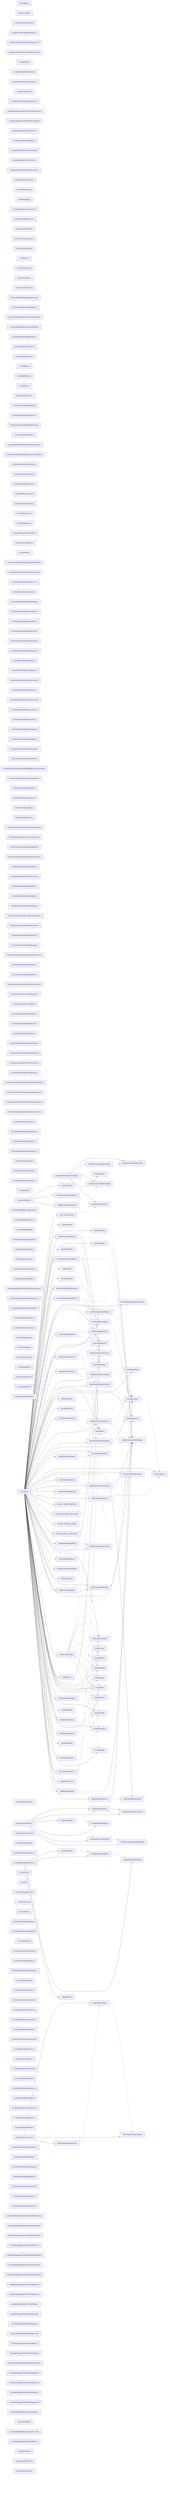
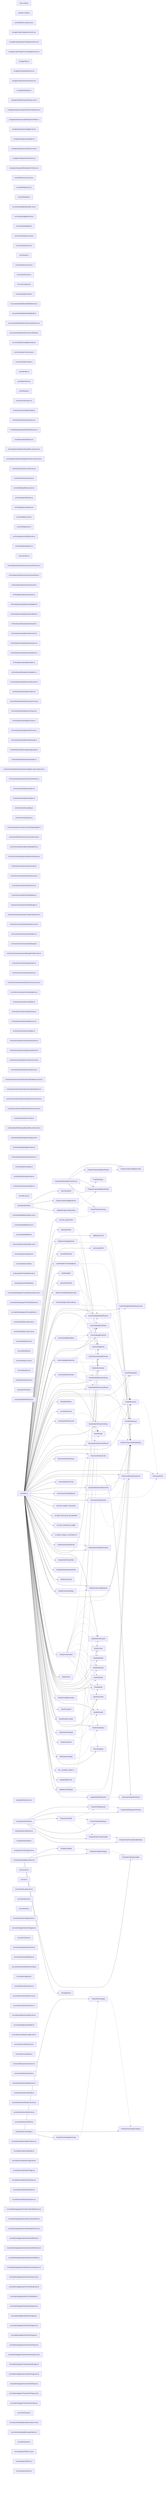
graph LR
  module_knip_config_ts["knip.config.ts"]
  module_paradox_config_ts["paradox.config.ts"]
  module_src_ankhAdmin_public_test_ts["src/ankhAdmin.public.test.ts"]
  module_src_app_CreateCategoriesScreen_tsx["src/app/CreateCategoriesScreen.tsx"]
  module_src_app_CreateCategoryTemplatesScreen_tsx["src/app/CreateCategoryTemplatesScreen.tsx"]
  module_src_app_CreateProjectFromTemplateScreen_tsx["src/app/CreateProjectFromTemplateScreen.tsx"]
  module_src_app_index_ts["src/app/index.ts"]
  module_src_app_ProjectDetailScreen_tsx["src/app/ProjectDetailScreen.tsx"]
  module_src_app_ProjectsOverviewScreen_tsx["src/app/ProjectsOverviewScreen.tsx"]
  module_src_app_StudioApp_tsx["src/app/StudioApp.tsx"]
  module_src_app_studioWorkspaceRoutes_test_ts["src/app/studioWorkspaceRoutes.test.ts"]
  module_src_app_workspace_createProjectFormState_test_ts["src/app/workspace/createProjectFormState.test.ts"]
  module_src_app_workspace_createProjectFormState_ts["src/app/workspace/createProjectFormState.ts"]
  module_src_app_workspace_navigation_test_ts["src/app/workspace/navigation.test.ts"]
  module_src_app_workspace_navigation_ts["src/app/workspace/navigation.ts"]
  module_src_app_workspace_routeParams_test_ts["src/app/workspace/routeParams.test.ts"]
  module_src_app_workspace_routeParams_ts["src/app/workspace/routeParams.ts"]
-   module_src_app_workspace_WorkspaceScreens_tsx["src/app/workspace/WorkspaceScreens.tsx"]
+   module_src_app_workspace_WorkspacePrimitives_tsx["src/app/workspace/WorkspacePrimitives.tsx"]
  module_src_authFlowContract_test_ts["src/authFlowContract.test.ts"]
  module_src_authSettings_test_ts["src/authSettings.test.ts"]
  module_src_authSettings_ts["src/authSettings.ts"]
  module_src_canvasDragModel_public_test_ts["src/canvasDragModel.public.test.ts"]
  module_src_canvasDragModel_test_ts["src/canvasDragModel.test.ts"]
  module_src_canvasDragModel_ts["src/canvasDragModel.ts"]
  module_src_canvasDropZones_test_ts["src/canvasDropZones.test.ts"]
  module_src_canvasDropZones_ts["src/canvasDropZones.ts"]
  module_src_cli_index_ts["src/cli/index.ts"]
+   module_src_contractGuards_test_ts["src/contractGuards.test.ts"]
  module_src_contractGuards_ts["src/contractGuards.ts"]
  module_src_core_constants_ts["src/core/constants.ts"]
  module_src_core_StudioContext_ts["src/core/StudioContext.ts"]
  module_src_core_studioManifestDraftModel_test_ts["src/core/studioManifestDraftModel.test.ts"]
  module_src_core_studioManifestDraftModel_ts["src/core/studioManifestDraftModel.ts"]
  module_src_core_studioManifestPersistenceModel_test_ts["src/core/studioManifestPersistenceModel.test.ts"]
  module_src_core_studioManifestPersistenceModel_ts["src/core/studioManifestPersistenceModel.ts"]
  module_src_core_studioPackageBoundary_ts["src/core/studioPackageBoundary.ts"]
  module_src_core_StudioProvider_test_ts["src/core/StudioProvider.test.ts"]
  module_src_core_StudioProvider_ts["src/core/StudioProvider.ts"]
  module_src_dnd_index_ts["src/dnd/index.ts"]
  module_src_dnd_primitives_ts["src/dnd/primitives.ts"]
  module_src_dnd_state_ts["src/dnd/state.ts"]
  module_src_hooks_useProjects_ts["src/hooks/useProjects.ts"]
  module_src_hooks_useTemplateCatalog_ts["src/hooks/useTemplateCatalog.ts"]
  module_src_hooks_useWorkspaceActions_ts["src/hooks/useWorkspaceActions.ts"]
  module_src_host_auth_projectAuthHealthService_ts["src/host/auth/projectAuthHealthService.ts"]
  module_src_host_createStudioHost_ts["src/host/createStudioHost.ts"]
  module_src_host_generatedAdminExpoWeb_smoke_test_ts["src/host/generatedAdminExpoWeb.smoke.test.ts"]
  module_src_host_generatedAuthAdapterRuntime_smoke_test_ts["src/host/generatedAuthAdapterRuntime.smoke.test.ts"]
  module_src_host_hostLifecycle_smoke_test_ts["src/host/hostLifecycle.smoke.test.ts"]
  module_src_host_hostOwnership_test_ts["src/host/hostOwnership.test.ts"]
  module_src_host_http_authRoutes_test_ts["src/host/http/authRoutes.test.ts"]
  module_src_host_http_authRoutes_ts["src/host/http/authRoutes.ts"]
  module_src_host_http_secretRoutes_ts["src/host/http/secretRoutes.ts"]
  module_src_host_http_security_ts["src/host/http/security.ts"]
  module_src_host_http_server_ts["src/host/http/server.ts"]
  module_src_host_http_serverWithSecrets_ts["src/host/http/serverWithSecrets.ts"]
  module_src_host_http_standalone_ts["src/host/http/standalone.ts"]
  module_src_host_index_ts["src/host/index.ts"]
  module_src_host_layout_auth_resolveAuthLayoutPlan_test_ts["src/host/layout/auth/resolveAuthLayoutPlan.test.ts"]
  module_src_host_layout_auth_resolveAuthLayoutPlan_ts["src/host/layout/auth/resolveAuthLayoutPlan.ts"]
  module_src_host_layout_layoutGenerator_test_ts["src/host/layout/layoutGenerator.test.ts"]
  module_src_host_layout_layoutGenerator_ts["src/host/layout/layoutGenerator.ts"]
  module_src_host_layout_templates_auth_adapter_ts["src/host/layout/templates/auth/adapter.ts"]
  module_src_host_layout_templates_auth_callback_ts["src/host/layout/templates/auth/callback.ts"]
  module_src_host_layout_templates_auth_oauth_ts["src/host/layout/templates/auth/oauth.ts"]
  module_src_host_layout_templates_auth_screen_ts["src/host/layout/templates/auth/screen.ts"]
  module_src_host_layout_templates_auth_session_ts["src/host/layout/templates/auth/session.ts"]
  module_src_host_layout_templates_auth_signOut_ts["src/host/layout/templates/auth/signOut.ts"]
  module_src_host_layout_templates_index_ts["src/host/layout/templates/index.ts"]
  module_src_host_layout_templates_navigation_ts["src/host/layout/templates/navigation.ts"]
  module_src_host_layout_templates_nestedLayout_ts["src/host/layout/templates/nestedLayout.ts"]
  module_src_host_layout_templates_redirect_ts["src/host/layout/templates/redirect.ts"]
  module_src_host_layout_templates_rootLayout_test_ts["src/host/layout/templates/rootLayout.test.ts"]
  module_src_host_layout_templates_rootLayout_ts["src/host/layout/templates/rootLayout.ts"]
  module_src_host_layout_templates_screen_ts["src/host/layout/templates/screen.ts"]
  module_src_host_layout_templates_utils_routes_ts["src/host/layout/templates/utils/routes.ts"]
  module_src_host_layout_templates_utils_strings_ts["src/host/layout/templates/utils/strings.ts"]
  module_src_host_layout_utils_escapeStringLiteral_ts["src/host/layout/utils/escapeStringLiteral.ts"]
  module_src_host_manifestSystem_auth_index_ts["src/host/manifestSystem/auth/index.ts"]
  module_src_host_manifestSystem_auth_shared_global_auth_system_tpl_ts["src/host/manifestSystem/auth/shared/global.auth.system.tpl.ts"]
  module_src_host_manifestSystem_auth_shared_index_ts["src/host/manifestSystem/auth/shared/index.ts"]
  module_src_host_manifestSystem_index_ts["src/host/manifestSystem/index.ts"]
  module_src_host_manifestSystem_types_ts["src/host/manifestSystem/types.ts"]
  module_src_host_modules_catalog_ts["src/host/modules/catalog.ts"]
  module_src_host_modules_layout_ts["src/host/modules/layout.ts"]
  module_src_host_modules_runtime_LocalFsTargetAdapter_ts["src/host/modules/runtime/LocalFsTargetAdapter.ts"]
  module_src_host_oauthFixtureConsumer_smoke_test_ts["src/host/oauthFixtureConsumer.smoke.test.ts"]
  module_src_host_orchestrator_generatedAppFiles_ts["src/host/orchestrator/generatedAppFiles.ts"]
  module_src_host_orchestrator_generatedRouteCleanup_ts["src/host/orchestrator/generatedRouteCleanup.ts"]
  module_src_host_orchestrator_infraGenerator_ts["src/host/orchestrator/infraGenerator.ts"]
  module_src_host_orchestrator_infraRuntime_test_ts["src/host/orchestrator/infraRuntime.test.ts"]
  module_src_host_orchestrator_infraRuntime_ts["src/host/orchestrator/infraRuntime.ts"]
  module_src_host_orchestrator_infraValidation_ts["src/host/orchestrator/infraValidation.ts"]
  module_src_host_orchestrator_moduleManager_ts["src/host/orchestrator/moduleManager.ts"]
  module_src_host_orchestrator_projectCreationSafety_test_ts["src/host/orchestrator/projectCreationSafety.test.ts"]
  module_src_host_orchestrator_projectDeletion_test_ts["src/host/orchestrator/projectDeletion.test.ts"]
  module_src_host_orchestrator_projectDeletion_ts["src/host/orchestrator/projectDeletion.ts"]
  module_src_host_orchestrator_projectManager_ts["src/host/orchestrator/projectManager.ts"]
  module_src_host_orchestrator_projectManagerDeletion_test_ts["src/host/orchestrator/projectManagerDeletion.test.ts"]
  module_src_host_orchestrator_projectPaths_ts["src/host/orchestrator/projectPaths.ts"]
  module_src_host_orchestrator_projectStore_ts["src/host/orchestrator/projectStore.ts"]
  module_src_host_orchestrator_projectStoreSummary_test_ts["src/host/orchestrator/projectStoreSummary.test.ts"]
  module_src_host_orchestrator_resolveMutations_ts["src/host/orchestrator/resolveMutations.ts"]
  module_src_host_orchestrator_scaffolder_ts["src/host/orchestrator/scaffolder.ts"]
  module_src_host_orchestrator_studioInfraUp_ts["src/host/orchestrator/studioInfraUp.ts"]
  module_src_host_orchestrator_templates_test_ts["src/host/orchestrator/templates.test.ts"]
  module_src_host_orchestrator_templates_ts["src/host/orchestrator/templates.ts"]
  module_src_host_orchestrator_workspaceRuntime_ts["src/host/orchestrator/workspaceRuntime.ts"]
  module_src_host_secrets_bunSupabaseVaultClient_ts["src/host/secrets/bunSupabaseVaultClient.ts"]
  module_src_host_secrets_projectSecretService_test_ts["src/host/secrets/projectSecretService.test.ts"]
  module_src_host_secrets_projectSecretService_ts["src/host/secrets/projectSecretService.ts"]
  module_src_host_secrets_resolveProjectSecretDatabaseUrl_test_ts["src/host/secrets/resolveProjectSecretDatabaseUrl.test.ts"]
  module_src_host_secrets_resolveProjectSecretDatabaseUrl_ts["src/host/secrets/resolveProjectSecretDatabaseUrl.ts"]
  module_src_host_secrets_trustedOAuthInfraEnvironment_test_ts["src/host/secrets/trustedOAuthInfraEnvironment.test.ts"]
  module_src_host_secrets_trustedOAuthInfraEnvironment_ts["src/host/secrets/trustedOAuthInfraEnvironment.ts"]
  module_src_host_studioInfra_e2e_test_ts["src/host/studioInfra.e2e.test.ts"]
+   module_src_host_studioWorkspaceExpoWeb_smoke_test_ts["src/host/studioWorkspaceExpoWeb.smoke.test.ts"]
  module_src_host_templateRegistry_catalog_test_ts["src/host/templateRegistry/catalog.test.ts"]
  module_src_host_templateRegistry_index_ts["src/host/templateRegistry/index.ts"]
  module_src_host_utils_requirementsInference_ts["src/host/utils/requirementsInference.ts"]
  module_src_host_utils_trimOutput_ts["src/host/utils/trimOutput.ts"]
  module_src_host_utils_workspaceRoot_ts["src/host/utils/workspaceRoot.ts"]
  module_src_host_zoraExtensions_index_ts["src/host/zoraExtensions/index.ts"]
  module_src_index_test_ts["src/index.test.ts"]
  module_src_index_ts["src/index.ts"]
  module_src_insertModalModel_public_test_ts["src/insertModalModel.public.test.ts"]
  module_src_insertModalModel_test_ts["src/insertModalModel.test.ts"]
  module_src_insertModalModel_ts["src/insertModalModel.ts"]
  module_src_localizationConfig_public_test_ts["src/localizationConfig.public.test.ts"]
  module_src_localizationConfig_test_ts["src/localizationConfig.test.ts"]
  module_src_localizationConfig_ts["src/localizationConfig.ts"]
  module_src_localizationPanelModel_test_ts["src/localizationPanelModel.test.ts"]
  module_src_localizationPanelModel_ts["src/localizationPanelModel.ts"]
  module_src_manifestNavigatorPreviewModel_public_test_ts["src/manifestNavigatorPreviewModel.public.test.ts"]
  module_src_manifestNavigatorPreviewModel_test_ts["src/manifestNavigatorPreviewModel.test.ts"]
  module_src_manifestNavigatorPreviewModel_ts["src/manifestNavigatorPreviewModel.ts"]
  module_src_manifestState_public_test_ts["src/manifestState.public.test.ts"]
  module_src_manifestState_routes_test_ts["src/manifestState.routes.test.ts"]
  module_src_manifestState_test_ts["src/manifestState.test.ts"]
  module_src_manifestState_ts["src/manifestState.ts"]
  module_src_manifestSync_test_ts["src/manifestSync.test.ts"]
  module_src_manifestSync_ts["src/manifestSync.ts"]
  module_src_projectAuthApi_test_ts["src/projectAuthApi.test.ts"]
  module_src_projectAuthApi_ts["src/projectAuthApi.ts"]
  module_src_projectAuthHealth_test_ts["src/projectAuthHealth.test.ts"]
  module_src_projectAuthHealth_ts["src/projectAuthHealth.ts"]
  module_src_projectIdentity_test_ts["src/projectIdentity.test.ts"]
  module_src_projectIdentity_ts["src/projectIdentity.ts"]
  module_src_projectSecretApi_test_ts["src/projectSecretApi.test.ts"]
  module_src_projectSecretApi_ts["src/projectSecretApi.ts"]
  module_src_projectSecretUsage_test_ts["src/projectSecretUsage.test.ts"]
  module_src_projectSecretUsage_ts["src/projectSecretUsage.ts"]
  module_src_projectWorkspaceContracts_ts["src/projectWorkspaceContracts.ts"]
  module_src_root_test_ts["src/root.test.ts"]
  module_src_root_ts["src/root.ts"]
  module_src_routeUtils_public_test_ts["src/routeUtils.public.test.ts"]
  module_src_routeUtils_test_ts["src/routeUtils.test.ts"]
  module_src_routeUtils_ts["src/routeUtils.ts"]
  module_src_runtime_actionSuppression_ts["src/runtime/actionSuppression.ts"]
  module_src_runtime_appExtensionRegistry_ts["src/runtime/appExtensionRegistry.ts"]
  module_src_runtime_index_ts["src/runtime/index.ts"]
  module_src_runtime_localizationPreview_ts["src/runtime/localizationPreview.ts"]
  module_src_runtime_previewRegistry_ts["src/runtime/previewRegistry.ts"]
  module_src_runtime_previewRuntimeConfig_ts["src/runtime/previewRuntimeConfig.ts"]
  module_src_runtime_registry_tsx["src/runtime/registry.tsx"]
  module_src_runtime_runtimeActions_ts["src/runtime/runtimeActions.ts"]
  module_src_runtime_runtimeSurface_test_ts["src/runtime/runtimeSurface.test.ts"]
  module_src_runtime_useRuntimeAction_ts["src/runtime/useRuntimeAction.ts"]
  module_src_runtimeDiagnosticsModel_test_ts["src/runtimeDiagnosticsModel.test.ts"]
  module_src_runtimeDiagnosticsModel_ts["src/runtimeDiagnosticsModel.ts"]
  module_src_runtimeLocalization_public_test_ts["src/runtimeLocalization.public.test.ts"]
  module_src_runtimeLocalization_test_ts["src/runtimeLocalization.test.ts"]
  module_src_runtimeLocalization_ts["src/runtimeLocalization.ts"]
  module_src_secretResponseGuard_test_ts["src/secretResponseGuard.test.ts"]
  module_src_secretResponseGuard_ts["src/secretResponseGuard.ts"]
  module_src_studioAdminRouteModel_test_ts["src/studioAdminRouteModel.test.ts"]
  module_src_studioAdminRouteModel_ts["src/studioAdminRouteModel.ts"]
  module_src_studioSelectionModel_knip_test_ts["src/studioSelectionModel.knip.test.ts"]
  module_src_studioSelectionModel_test_ts["src/studioSelectionModel.test.ts"]
  module_src_studioSelectionModel_ts["src/studioSelectionModel.ts"]
  module_src_templateCatalogContracts_ts["src/templateCatalogContracts.ts"]
  module_src_ui_admin_adminPagePrimitives_tsx["src/ui/admin/adminPagePrimitives.tsx"]
  module_src_ui_admin_adminPageUtils_ts["src/ui/admin/adminPageUtils.ts"]
  module_src_ui_admin_AnkhAdminPage_test_ts["src/ui/admin/AnkhAdminPage.test.ts"]
  module_src_ui_admin_AnkhAdminPage_tsx["src/ui/admin/AnkhAdminPage.tsx"]
  module_src_ui_admin_AnkhAdminShell_test_ts["src/ui/admin/AnkhAdminShell.test.ts"]
  module_src_ui_admin_AnkhAdminShell_tsx["src/ui/admin/AnkhAdminShell.tsx"]
  module_src_ui_admin_AuthAdminSession_tsx["src/ui/admin/AuthAdminSession.tsx"]
  module_src_ui_admin_pages_adminAuthCredentialFlow_test_ts["src/ui/admin/pages/adminAuthCredentialFlow.test.ts"]
  module_src_ui_admin_pages_adminAuthCredentialFlow_ts["src/ui/admin/pages/adminAuthCredentialFlow.ts"]
  module_src_ui_admin_pages_adminAuthHealthFlow_test_ts["src/ui/admin/pages/adminAuthHealthFlow.test.ts"]
  module_src_ui_admin_pages_adminAuthHealthFlow_ts["src/ui/admin/pages/adminAuthHealthFlow.ts"]
  module_src_ui_admin_pages_adminAuthSessionModel_test_ts["src/ui/admin/pages/adminAuthSessionModel.test.ts"]
  module_src_ui_admin_pages_adminAuthSessionModel_ts["src/ui/admin/pages/adminAuthSessionModel.ts"]
  module_src_ui_admin_pages_adminDataSourceOperations_ts["src/ui/admin/pages/adminDataSourceOperations.ts"]
  module_src_ui_admin_pages_adminThemeHarmony_ts["src/ui/admin/pages/adminThemeHarmony.ts"]
  module_src_ui_admin_pages_adminThemeModel_test_ts["src/ui/admin/pages/adminThemeModel.test.ts"]
  module_src_ui_admin_pages_adminThemeModel_ts["src/ui/admin/pages/adminThemeModel.ts"]
  module_src_ui_admin_pages_ApisAdminPage_test_ts["src/ui/admin/pages/ApisAdminPage.test.ts"]
  module_src_ui_admin_pages_ApisAdminPage_tsx["src/ui/admin/pages/ApisAdminPage.tsx"]
  module_src_ui_admin_pages_AuthAdminPage_test_ts["src/ui/admin/pages/AuthAdminPage.test.ts"]
  module_src_ui_admin_pages_AuthAdminPage_tsx["src/ui/admin/pages/AuthAdminPage.tsx"]
  module_src_ui_admin_pages_OverviewAdminPage_tsx["src/ui/admin/pages/OverviewAdminPage.tsx"]
  module_src_ui_admin_pages_PropertiesAdminPage_test_ts["src/ui/admin/pages/PropertiesAdminPage.test.ts"]
  module_src_ui_admin_pages_PropertiesAdminPage_tsx["src/ui/admin/pages/PropertiesAdminPage.tsx"]
  module_src_ui_admin_pages_SecretsAdminPage_test_ts["src/ui/admin/pages/SecretsAdminPage.test.ts"]
  module_src_ui_admin_pages_SecretsAdminPage_tsx["src/ui/admin/pages/SecretsAdminPage.tsx"]
  module_src_ui_admin_pages_ThemeAdminPage_test_ts["src/ui/admin/pages/ThemeAdminPage.test.ts"]
  module_src_ui_admin_pages_ThemeAdminPage_tsx["src/ui/admin/pages/ThemeAdminPage.tsx"]
  module_src_ui_AnkhStudio_ts["src/ui/AnkhStudio.ts"]
  module_src_ui_useStudioAppBarAugmentation_test_ts["src/ui/useStudioAppBarAugmentation.test.ts"]
  module_src_ui_useStudioAppBarAugmentation_ts["src/ui/useStudioAppBarAugmentation.ts"]
  module_src_utils_treeUtils_ts["src/utils/treeUtils.ts"]
+   module_src_workspacePlatform_test_ts["src/workspacePlatform.test.ts"]
  module_src_workspacePlatform_ts["src/workspacePlatform.ts"]
  module_src_workspaceSearch_ts["src/workspaceSearch.ts"]
  export_ACTION_REGISTRY["ACTION_REGISTRY"]
  module_src_index_ts --> export_ACTION_REGISTRY
  export_ActionDefinition["ActionDefinition"]
  module_src_index_ts --> export_ActionDefinition
  export_ActionDefinition -.-> export_StudioActionPayloadSchema
  export_addNodeToTree["addNodeToTree"]
  module_src_index_ts --> export_addNodeToTree
  export_addNodeToTree -.-> export_StudioComponentMetaRegistry
  export_buildInsertCatalogEntries["buildInsertCatalogEntries"]
  module_src_index_ts --> export_buildInsertCatalogEntries
  export_buildInsertCatalogEntries -.-> export_InsertCatalogEntry
  export_buildInsertCatalogEntries -.-> export_InsertRecipe
  export_buildInsertCatalogEntries -.-> export_StudioComponentMetaRegistry
  export_canAcceptChild["canAcceptChild"]
  module_src_index_ts --> export_canAcceptChild
  export_canAcceptChild -.-> export_StudioComponentMetaRegistry
  export_cloneWithNewIds["cloneWithNewIds"]
  module_src_index_ts --> export_cloneWithNewIds
  export_cloneWithNewIds -.-> export_StudioIdGenerator
  export_createNodeFromCatalogEntry["createNodeFromCatalogEntry"]
  module_src_index_ts --> export_createNodeFromCatalogEntry
  export_createNodeFromCatalogEntry -.-> export_InsertCatalogEntry
  export_createNodeFromCatalogEntry -.-> export_StudioComponentMetaRegistry
  export_createNodeFromCatalogEntry -.-> export_StudioIdGenerator
  export_deriveProjectId["deriveProjectId"]
  module_src_projectIdentity_ts --> export_deriveProjectId
  export_findNodeById["findNodeById"]
  module_src_index_ts --> export_findNodeById
  export_generateStudioId["generateStudioId"]
  module_src_index_ts --> export_generateStudioId
  export_getInsertCatalogCategoryLabel["getInsertCatalogCategoryLabel"]
  module_src_index_ts --> export_getInsertCatalogCategoryLabel
  export_InsertCatalogComponentEntry["InsertCatalogComponentEntry"]
  module_src_index_ts --> export_InsertCatalogComponentEntry
  export_InsertCatalogComponentEntry -.-> export_InsertCatalogDisabledReason
  export_InsertCatalogComponentEntry -.-> export_InsertCatalogEntryStatus
  export_InsertCatalogComponentEntry -.-> export_NodePlacement
  export_InsertCatalogDisabledReason["InsertCatalogDisabledReason"]
  module_src_index_ts --> export_InsertCatalogDisabledReason
  export_InsertCatalogDisabledReason -.-> export_InsertCatalogDisabledReasonCode
  export_InsertCatalogDisabledReason -.-> export_InsertRecipeIssue
  export_InsertCatalogDisabledReasonCode["InsertCatalogDisabledReasonCode"]
  module_src_index_ts --> export_InsertCatalogDisabledReasonCode
  export_InsertCatalogEntry["InsertCatalogEntry"]
  module_src_index_ts --> export_InsertCatalogEntry
  export_InsertCatalogEntryBase["InsertCatalogEntryBase"]
  module_src_index_ts --> export_InsertCatalogEntryBase
  export_InsertCatalogEntryBase -.-> export_InsertCatalogDisabledReason
  export_InsertCatalogEntryBase -.-> export_InsertCatalogEntryKind
  export_InsertCatalogEntryBase -.-> export_InsertCatalogEntryStatus
  export_InsertCatalogEntryBase -.-> export_NodePlacement
  export_InsertCatalogEntryKind["InsertCatalogEntryKind"]
  module_src_index_ts --> export_InsertCatalogEntryKind
  export_InsertCatalogEntryStatus["InsertCatalogEntryStatus"]
  module_src_index_ts --> export_InsertCatalogEntryStatus
  export_InsertCatalogRecipeEntry["InsertCatalogRecipeEntry"]
  module_src_index_ts --> export_InsertCatalogRecipeEntry
  export_InsertCatalogRecipeEntry -.-> export_InsertCatalogDisabledReason
  export_InsertCatalogRecipeEntry -.-> export_InsertCatalogEntryStatus
  export_InsertCatalogRecipeEntry -.-> export_InsertRecipe
  export_InsertCatalogRecipeEntry -.-> export_NodePlacement
  export_insertNodeAtPlacement["insertNodeAtPlacement"]
  module_src_index_ts --> export_insertNodeAtPlacement
  export_insertNodeAtPlacement -.-> export_InsertNodeAtPlacementArgs
  export_insertNodeAtPlacement -.-> export_InsertNodeAtPlacementResult
  export_InsertNodeAtPlacementArgs["InsertNodeAtPlacementArgs"]
  module_src_index_ts --> export_InsertNodeAtPlacementArgs
  export_InsertNodeAtPlacementArgs -.-> export_NodePlacement
  export_InsertNodeAtPlacementArgs -.-> export_StudioComponentMetaRegistry
  export_InsertNodeAtPlacementResult["InsertNodeAtPlacementResult"]
  module_src_index_ts --> export_InsertNodeAtPlacementResult
  export_InsertRecipe["InsertRecipe"]
  module_src_index_ts --> export_InsertRecipe
  export_InsertRecipe -.-> export_InsertRecipeNode
  export_InsertRecipeIssue["InsertRecipeIssue"]
  module_src_index_ts --> export_InsertRecipeIssue
  export_InsertRecipeNode["InsertRecipeNode"]
  module_src_index_ts --> export_InsertRecipeNode
  export_ModuleDefinition["ModuleDefinition"]
  module_src_index_ts --> export_ModuleDefinition
  export_moveNodeInTree["moveNodeInTree"]
  module_src_index_ts --> export_moveNodeInTree
  export_moveNodeToPlacement["moveNodeToPlacement"]
  module_src_index_ts --> export_moveNodeToPlacement
  export_moveNodeToPlacement -.-> export_MoveNodeToPlacementArgs
  export_moveNodeToPlacement -.-> export_MoveNodeToPlacementResult
  export_MoveNodeToPlacementArgs["MoveNodeToPlacementArgs"]
  module_src_index_ts --> export_MoveNodeToPlacementArgs
  export_MoveNodeToPlacementArgs -.-> export_NodePlacement
  export_MoveNodeToPlacementArgs -.-> export_StudioComponentMetaRegistry
  export_MoveNodeToPlacementResult["MoveNodeToPlacementResult"]
  module_src_index_ts --> export_MoveNodeToPlacementResult
  export_NodePlacement["NodePlacement"]
  module_src_index_ts --> export_NodePlacement
  export_NodePlacement -.-> export_PlacementKind
  export_PlacementFailureCode["PlacementFailureCode"]
  module_src_index_ts --> export_PlacementFailureCode
  export_PlacementFailureReason["PlacementFailureReason"]
  module_src_index_ts --> export_PlacementFailureReason
  export_PlacementFailureReason -.-> export_PlacementFailureCode
  export_PlacementKind["PlacementKind"]
  module_src_index_ts --> export_PlacementKind
  export_PlacementResolutionResult["PlacementResolutionResult"]
  module_src_index_ts --> export_PlacementResolutionResult
  export_PlacementValidationResult["PlacementValidationResult"]
  module_src_index_ts --> export_PlacementValidationResult
  export_ProjectAuthDiagnostic["ProjectAuthDiagnostic"]
  module_src_projectAuthHealth_ts --> export_ProjectAuthDiagnostic
  export_ProjectAuthDiagnostic -.-> export_ProjectAuthDiagnosticSeverity
  export_ProjectAuthDiagnosticSeverity["ProjectAuthDiagnosticSeverity"]
  module_src_projectAuthHealth_ts --> export_ProjectAuthDiagnosticSeverity
  export_ProjectAuthHealth["ProjectAuthHealth"]
  module_src_projectAuthHealth_ts --> export_ProjectAuthHealth
  export_ProjectAuthHealth -.-> export_ProjectAuthDiagnostic
  export_ProjectAuthHealth -.-> export_ProjectAuthHealthStatus
  export_ProjectAuthHealth -.-> export_ProjectOAuthProviderHealth
  export_ProjectAuthHealthStatus["ProjectAuthHealthStatus"]
  module_src_projectAuthHealth_ts --> export_ProjectAuthHealthStatus
  export_ProjectCreationValidationCode["ProjectCreationValidationCode"]
  module_src_projectWorkspaceContracts_ts --> export_ProjectCreationValidationCode
  export_ProjectCreationValidationError["ProjectCreationValidationError"]
  module_src_projectIdentity_ts --> export_ProjectCreationValidationError
  export_ProjectCreationValidationFailure["ProjectCreationValidationFailure"]
  module_src_projectWorkspaceContracts_ts --> export_ProjectCreationValidationFailure
  export_ProjectCreationValidationFailure -.-> export_ProjectCreationValidationCode
  export_ProjectCreationValidationResult["ProjectCreationValidationResult"]
  module_src_projectWorkspaceContracts_ts --> export_ProjectCreationValidationResult
  export_ProjectOAuthProviderHealth["ProjectOAuthProviderHealth"]
  module_src_projectAuthHealth_ts --> export_ProjectOAuthProviderHealth
  export_ProjectOAuthProviderHealth -.-> export_ProjectOAuthProviderHealthStatus
  export_ProjectOAuthProviderHealthStatus["ProjectOAuthProviderHealthStatus"]
  module_src_projectAuthHealth_ts --> export_ProjectOAuthProviderHealthStatus
  export_ProjectSecretUsage["ProjectSecretUsage"]
  module_src_projectSecretUsage_ts --> export_ProjectSecretUsage
  export_ProjectSecretUsage -.-> export_ProjectSecretUsageCategory
  export_ProjectSecretUsageCategory["ProjectSecretUsageCategory"]
  module_src_projectSecretUsage_ts --> export_ProjectSecretUsageCategory
  export_ProjectSecretUsageSummary["ProjectSecretUsageSummary"]
  module_src_projectSecretUsage_ts --> export_ProjectSecretUsageSummary
  export_ProjectSecretUsageSummary -.-> export_ProjectSecretUsage
  export_ProjectSortKey["ProjectSortKey"]
  module_src_projectWorkspaceContracts_ts --> export_ProjectSortKey
  export_removeNodeFromTree["removeNodeFromTree"]
  module_src_index_ts --> export_removeNodeFromTree
  export_resolveDefaultInsertPlacement["resolveDefaultInsertPlacement"]
  module_src_index_ts --> export_resolveDefaultInsertPlacement
  export_resolveDefaultInsertPlacement -.-> export_PlacementResolutionResult
  export_resolveDefaultInsertPlacement -.-> export_StudioComponentMetaRegistry
  export_resolveInsertCatalogEntries["resolveInsertCatalogEntries"]
  module_src_index_ts --> export_resolveInsertCatalogEntries
  export_resolveInsertCatalogEntries -.-> export_InsertCatalogEntry
  export_resolveInsertCatalogEntries -.-> export_StudioComponentMetaRegistry
  export_resolveInsertPlacement["resolveInsertPlacement"]
  module_src_index_ts --> export_resolveInsertPlacement
  export_resolveInsertPlacement -.-> export_PlacementKind
  export_resolveInsertPlacement -.-> export_PlacementResolutionResult
  export_resolveInsertPlacement -.-> export_StudioComponentMetaRegistry
  export_STUDIO_INSERT_RECIPES["STUDIO_INSERT_RECIPES"]
  module_src_index_ts --> export_STUDIO_INSERT_RECIPES
  export_STUDIO_PACKAGE_BOUNDARY["STUDIO_PACKAGE_BOUNDARY"]
  module_src_index_ts --> export_STUDIO_PACKAGE_BOUNDARY
  export_STUDIO_PACKAGE_NAME["STUDIO_PACKAGE_NAME"]
  module_src_index_ts --> export_STUDIO_PACKAGE_NAME
  export_STUDIO_PUBLIC_CONTRACTS["STUDIO_PUBLIC_CONTRACTS"]
  module_src_index_ts --> export_STUDIO_PUBLIC_CONTRACTS
  export_StudioActionPayloadField["StudioActionPayloadField"]
  module_src_index_ts --> export_StudioActionPayloadField
  export_StudioActionPayloadField -.-> export_StudioActionPayloadPrimitive
  export_StudioActionPayloadPrimitive["StudioActionPayloadPrimitive"]
  module_src_index_ts --> export_StudioActionPayloadPrimitive
  export_StudioActionPayloadSchema["StudioActionPayloadSchema"]
  module_src_index_ts --> export_StudioActionPayloadSchema
  export_StudioAdminRouteId["StudioAdminRouteId"]
  module_src_index_ts --> export_StudioAdminRouteId
  export_StudioAdminRoutePath["StudioAdminRoutePath"]
  module_src_index_ts --> export_StudioAdminRoutePath
  export_StudioAdminStaticRoutePath["StudioAdminStaticRoutePath"]
  module_src_index_ts --> export_StudioAdminStaticRoutePath
  export_StudioCommand["StudioCommand"]
  module_src_index_ts --> export_StudioCommand
  export_StudioComponentBlueprint["StudioComponentBlueprint"]
  module_src_index_ts --> export_StudioComponentBlueprint
  export_StudioComponentMeta["StudioComponentMeta"]
  module_src_index_ts --> export_StudioComponentMeta
  export_StudioComponentMeta -.-> export_StudioComponentBlueprint
  export_StudioComponentMetaRegistry["StudioComponentMetaRegistry"]
  module_src_index_ts --> export_StudioComponentMetaRegistry
  export_StudioContextValue["StudioContextValue"]
  module_src_index_ts --> export_StudioContextValue
  export_StudioContextValue -.-> export_InsertCatalogEntry
  export_StudioContextValue -.-> export_NodePlacement
  export_StudioContextValue -.-> export_StudioAdminRouteId
  export_StudioContextValue -.-> export_StudioLocale
  export_StudioContextValue -.-> export_StudioManifest
  export_StudioContextValue -.-> export_StudioMode
  export_StudioContextValue -.-> export_StudioModuleId
  export_StudioContextValue -.-> export_StudioNodeId
  export_StudioContextValue -.-> export_StudioPanelId
  export_StudioContextValue -.-> export_StudioSaveStatus
  export_StudioContextValue -.-> export_StudioScreenId
  export_StudioContextValue -.-> export_ThemeUpdates
  export_StudioEvent["StudioEvent"]
  module_src_index_ts --> export_StudioEvent
  export_StudioIdGenerator["StudioIdGenerator"]
  module_src_index_ts --> export_StudioIdGenerator
  export_StudioLocale["StudioLocale"]
  module_src_index_ts --> export_StudioLocale
  export_StudioManifest["StudioManifest"]
  module_src_index_ts --> export_StudioManifest
  export_StudioMode["StudioMode"]
  module_src_index_ts --> export_StudioMode
  export_StudioModuleId["StudioModuleId"]
  module_src_index_ts --> export_StudioModuleId
  export_StudioNodeId["StudioNodeId"]
  module_src_index_ts --> export_StudioNodeId
  export_StudioPackageBoundary["StudioPackageBoundary"]
  module_src_index_ts --> export_StudioPackageBoundary
  export_StudioPanelId["StudioPanelId"]
  module_src_index_ts --> export_StudioPanelId
  export_StudioProjectId["StudioProjectId"]
  module_src_index_ts --> export_StudioProjectId
  export_StudioProjectSummary["StudioProjectSummary"]
  module_src_projectWorkspaceContracts_ts --> export_StudioProjectSummary
  export_StudioPublicContract["StudioPublicContract"]
  module_src_index_ts --> export_StudioPublicContract
  export_StudioSaveStatus["StudioSaveStatus"]
  module_src_index_ts --> export_StudioSaveStatus
  export_StudioScreenId["StudioScreenId"]
  module_src_index_ts --> export_StudioScreenId
  export_StudioSelectionState["StudioSelectionState"]
  module_src_index_ts --> export_StudioSelectionState
  export_StudioSelectionState -.-> export_StudioAdminRouteId
  export_StudioSelectionState -.-> export_StudioPanelId
  export_StudioSessionId["StudioSessionId"]
  module_src_index_ts --> export_StudioSessionId
  export_StudioSessionState["StudioSessionState"]
  module_src_index_ts --> export_StudioSessionState
  export_StudioSessionState -.-> export_StudioMode
  export_StudioSessionState -.-> export_StudioSaveStatus
  export_TemplateCatalog["TemplateCatalog"]
  module_src_templateCatalogContracts_ts --> export_TemplateCatalog
  export_TemplateCatalog -.-> export_TemplateCatalogCategory
  export_TemplateCatalogCategory["TemplateCatalogCategory"]
  module_src_templateCatalogContracts_ts --> export_TemplateCatalogCategory
  export_TemplateCatalogCategory -.-> export_TemplateCatalogTemplate
  export_TemplateCatalogTemplate["TemplateCatalogTemplate"]
  module_src_templateCatalogContracts_ts --> export_TemplateCatalogTemplate
  export_TemplateEntry["TemplateEntry"]
  module_src_templateCatalogContracts_ts --> export_TemplateEntry
  export_ThemeUpdates["ThemeUpdates"]
  module_src_index_ts --> export_ThemeUpdates
  export_TPL_SCREEN_EMPTY["TPL_SCREEN_EMPTY"]
  module_src_index_ts --> export_TPL_SCREEN_EMPTY
  export_updateNodeInTree["updateNodeInTree"]
  module_src_index_ts --> export_updateNodeInTree
  export_validateInsertRecipe["validateInsertRecipe"]
  module_src_index_ts --> export_validateInsertRecipe
  export_validateInsertRecipe -.-> export_InsertRecipe
  export_validateInsertRecipe -.-> export_InsertRecipeIssue
  export_validateInsertRecipe -.-> export_StudioComponentMetaRegistry
  export_validateNodePlacement["validateNodePlacement"]
  module_src_index_ts --> export_validateNodePlacement
  export_validateNodePlacement -.-> export_NodePlacement
  export_validateNodePlacement -.-> export_PlacementValidationResult
  export_validateNodePlacement -.-> export_StudioComponentMetaRegistry
  export_validateProjectCreationInput["validateProjectCreationInput"]
  module_src_projectIdentity_ts --> export_validateProjectCreationInput
  export_validateProjectCreationInput -.-> export_ProjectCreationValidationResult
  export_validateProjectCreationInput -.-> export_StudioProjectSummary
